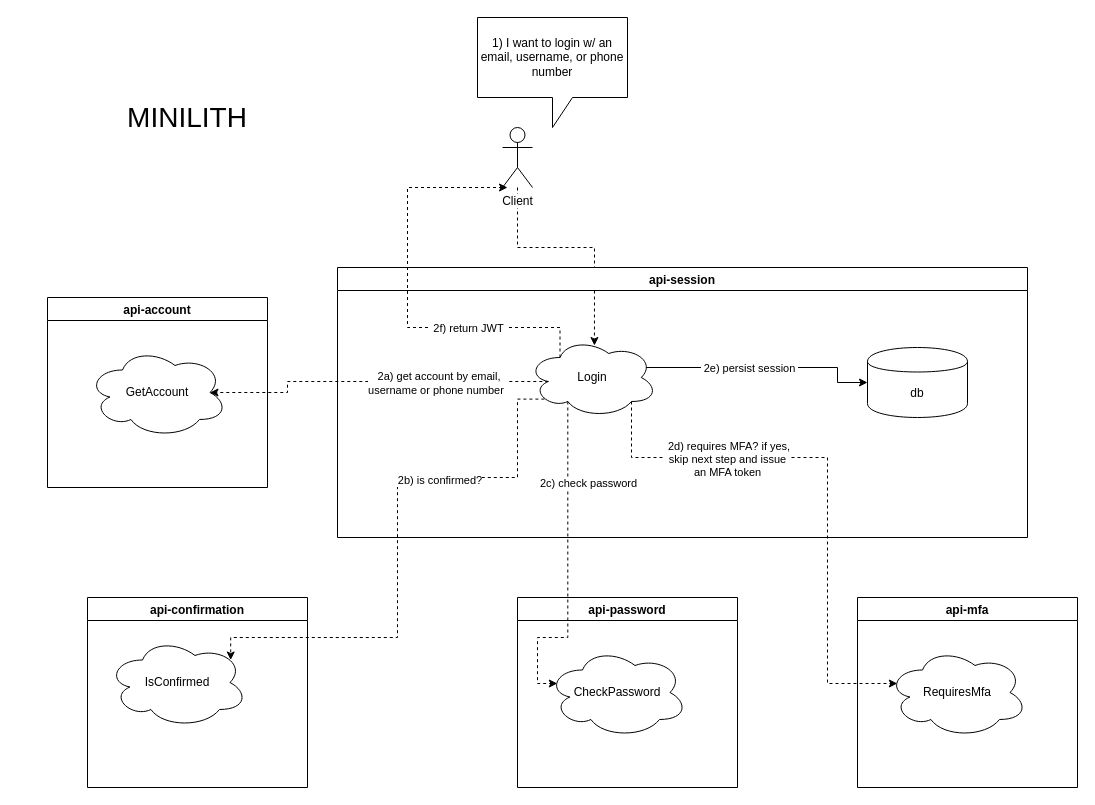
Before: page "login" (3 of 5) of architecture.drawio in AlpacaLabs/protorepo, a draw.io diagram. Source tidied: cells renumbered, new cells numbered last; positions are measured from the earlier drawing's top-left corner, leaving out a move shared by most shapes. Both pictures are drawn from the tidied source at 100%, with x=0, y=0 at pixel (47, 17).
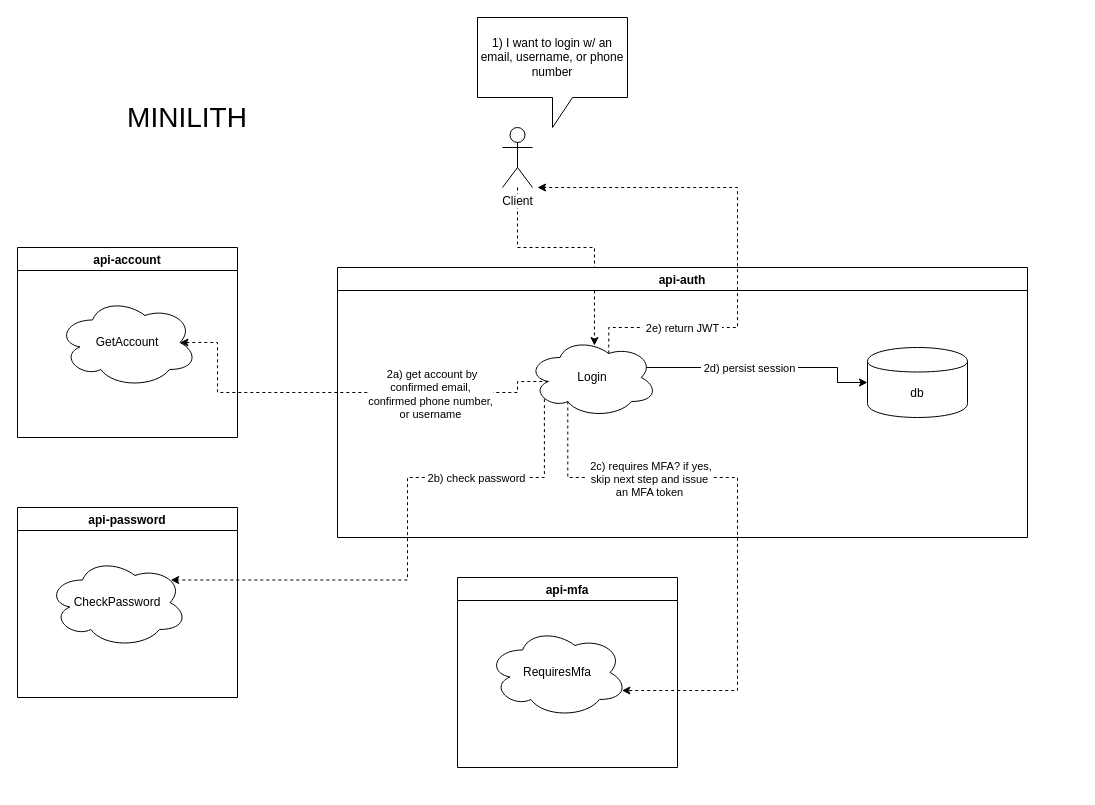
After the change.

The change refers to these unchanged cells:
```xml
<mxCell id="7" style="edgeStyle=orthogonalEdgeStyle;rounded=0;jettySize=auto;html=1;exitX=0.875;exitY=0.5;exitDx=0;exitDy=0;exitPerimeter=0;entryX=0;entryY=0.5;entryDx=0;entryDy=0;" parent="6" edge="1" source="9" target="10">
  <mxGeometry relative="1" as="geometry">
    <Array as="points">
      <mxPoint x="304" y="100" />
      <mxPoint x="500" y="100" />
      <mxPoint x="500" y="115" />
    </Array>
  </mxGeometry>
</mxCell>
<mxCell id="9" value="Login" style="ellipse;shape=cloud;whiteSpace=wrap;html=1;" parent="6" vertex="1">
  <mxGeometry x="190" y="70" width="130" height="80" as="geometry" />
</mxCell>
<mxCell id="13" value="GetAccount" style="ellipse;shape=cloud;whiteSpace=wrap;html=1;" parent="12" vertex="1">
  <mxGeometry x="40" y="50" width="140" height="90" as="geometry" />
</mxCell>
<mxCell id="19" value="CheckPassword" style="ellipse;shape=cloud;whiteSpace=wrap;html=1;" parent="18" vertex="1">
  <mxGeometry x="30" y="50" width="140" height="90" as="geometry" />
</mxCell>
<mxCell id="25" value="RequiresMfa" style="ellipse;shape=cloud;whiteSpace=wrap;html=1;" parent="24" vertex="1">
  <mxGeometry x="30" y="50" width="140" height="90" as="geometry" />
</mxCell>
```

What changed in the source:
```diff
@@
-    <mxCell id="4" value="api-confirmation" style="swimlane;" parent="1" vertex="1">
-      <mxGeometry x="40" y="580" width="220" height="190" as="geometry" />
-    </mxCell>
-    <mxCell id="5" value="IsConfirmed" style="ellipse;shape=cloud;whiteSpace=wrap;html=1;" parent="4" vertex="1">
-      <mxGeometry x="20" y="40" width="140" height="90" as="geometry" />
-    </mxCell>
-    <mxCell id="6" value="api-session" style="swimlane;rounded=0;" parent="1" vertex="1">
+    <mxCell id="6" value="api-auth" style="swimlane;rounded=0;" parent="1" vertex="1">
       <mxGeometry x="290" y="250" width="690" height="270" as="geometry" />
     </mxCell>
@@
-    <mxCell id="8" value="&amp;nbsp;2e) persist session&amp;nbsp;" style="edgeLabel;html=1;align=center;verticalAlign=middle;" parent="7" vertex="1">
+    <mxCell id="8" value="&amp;nbsp;2d) persist session&amp;nbsp;" style="edgeLabel;html=1;align=center;verticalAlign=middle;" parent="7" vertex="1">
       <mxGeometry x="-0.48" y="1" relative="1" as="geometry">
         <mxPoint x="53.2" y="1" as="offset" />
       </mxGeometry>
     </mxCell>
@@
     <mxCell id="12" value="api-account" style="swimlane;rounded=0;" parent="1" vertex="1">
-      <mxGeometry y="280" width="220" height="190" as="geometry" />
+      <mxGeometry x="-30" y="230" width="220" height="190" as="geometry" />
     </mxCell>
@@
     <mxCell id="14" style="edgeStyle=orthogonalEdgeStyle;rounded=0;jettySize=auto;html=1;exitX=0.16;exitY=0.55;exitDx=0;exitDy=0;exitPerimeter=0;entryX=0.875;entryY=0.5;entryDx=0;entryDy=0;entryPerimeter=0;dashed=1;" parent="1" edge="1" source="9" target="13">
       <mxGeometry relative="1" as="geometry">
         <Array as="points">
-          <mxPoint x="240" y="364" />
-          <mxPoint x="240" y="375" />
+          <mxPoint x="470" y="364" />
+          <mxPoint x="470" y="375" />
+          <mxPoint x="170" y="375" />
+          <mxPoint x="170" y="325" />
         </Array>
       </mxGeometry>
     </mxCell>
-    <mxCell id="15" value="&amp;nbsp;2a) get account by email, &lt;br&gt;username or phone number&amp;nbsp;" style="edgeLabel;html=1;align=center;verticalAlign=middle;" parent="14" vertex="1">
+    <mxCell id="15" value="&amp;nbsp;2a) get account by &lt;br&gt;confirmed email, &lt;br&gt;confirmed phone number,&lt;br&gt;or username" style="edgeLabel;html=1;align=center;verticalAlign=middle;" parent="14" vertex="1">
       <mxGeometry x="-0.55" y="-1" relative="1" as="geometry">
         <mxPoint x="-32.8" y="2" as="offset" />
       </mxGeometry>
     </mxCell>
-    <mxCell id="16" style="edgeStyle=orthogonalEdgeStyle;rounded=0;jettySize=auto;html=1;exitX=0.13;exitY=0.77;exitDx=0;exitDy=0;exitPerimeter=0;entryX=0.88;entryY=0.25;entryDx=0;entryDy=0;entryPerimeter=0;dashed=1;" parent="1" edge="1" source="9" target="5">
-      <mxGeometry relative="1" as="geometry">
-        <Array as="points">
-          <mxPoint x="470" y="382" />
-          <mxPoint x="470" y="460" />
-          <mxPoint x="350" y="460" />
-          <mxPoint x="350" y="620" />
-          <mxPoint x="183" y="620" />
-        </Array>
-      </mxGeometry>
-    </mxCell>
-    <mxCell id="17" value="&amp;nbsp;2b) is confirmed?" style="edgeLabel;html=1;align=center;verticalAlign=middle;" parent="16" vertex="1">
-      <mxGeometry x="-0.75" y="-3" relative="1" as="geometry">
-        <mxPoint x="-77" y="35.3" as="offset" />
-      </mxGeometry>
-    </mxCell>
     <mxCell id="18" value="api-password" style="swimlane;rounded=0;" parent="1" vertex="1">
-      <mxGeometry x="470" y="580" width="220" height="190" as="geometry" />
+      <mxGeometry x="-30" y="490" width="220" height="190" as="geometry" />
     </mxCell>
@@
-    <mxCell id="20" style="edgeStyle=orthogonalEdgeStyle;rounded=0;jettySize=auto;html=1;exitX=0.31;exitY=0.8;exitDx=0;exitDy=0;exitPerimeter=0;entryX=0.07;entryY=0.4;entryDx=0;entryDy=0;entryPerimeter=0;dashed=1;" parent="1" edge="1" source="9" target="19">
+    <mxCell id="20" style="edgeStyle=orthogonalEdgeStyle;rounded=0;jettySize=auto;html=1;exitX=0.13;exitY=0.77;exitDx=0;exitDy=0;exitPerimeter=0;entryX=0.88;entryY=0.25;entryDx=0;entryDy=0;entryPerimeter=0;dashed=1;" parent="1" edge="1" source="9" target="19">
       <mxGeometry relative="1" as="geometry">
         <Array as="points">
-          <mxPoint x="520" y="620" />
-          <mxPoint x="490" y="620" />
+          <mxPoint x="497" y="460" />
+          <mxPoint x="360" y="460" />
+          <mxPoint x="360" y="563" />
         </Array>
       </mxGeometry>
     </mxCell>
-    <mxCell id="21" value="&amp;nbsp;2c) check password&amp;nbsp;" style="edgeLabel;html=1;align=center;verticalAlign=middle;" parent="20" vertex="1">
+    <mxCell id="21" value="&amp;nbsp;2b) check password&amp;nbsp;" style="edgeLabel;html=1;align=center;verticalAlign=middle;" parent="20" vertex="1">
       <mxGeometry x="-0.51" relative="1" as="geometry">
-        <mxPoint x="20.5" as="offset" />
+        <mxPoint x="-10.3" as="offset" />
       </mxGeometry>
     </mxCell>
-    <mxCell id="22" style="edgeStyle=orthogonalEdgeStyle;rounded=0;jettySize=auto;html=1;exitX=0.25;exitY=0.25;exitDx=0;exitDy=0;exitPerimeter=0;dashed=1;" parent="1" edge="1" source="9">
+    <mxCell id="22" style="edgeStyle=orthogonalEdgeStyle;rounded=0;jettySize=auto;html=1;exitX=0.625;exitY=0.2;exitDx=0;exitDy=0;exitPerimeter=0;dashed=1;" parent="1" edge="1" source="9">
       <mxGeometry relative="1" as="geometry">
-        <mxPoint x="460" y="170" as="targetPoint" />
+        <mxPoint x="490" y="170" as="targetPoint" />
         <Array as="points">
-          <mxPoint x="513" y="310" />
-          <mxPoint x="360" y="310" />
-          <mxPoint x="360" y="170" />
+          <mxPoint x="561" y="310" />
+          <mxPoint x="690" y="310" />
+          <mxPoint x="690" y="170" />
         </Array>
       </mxGeometry>
     </mxCell>
-    <mxCell id="23" value="&amp;nbsp;2f) return JWT&amp;nbsp;" style="edgeLabel;html=1;align=center;verticalAlign=middle;" parent="22" vertex="1">
+    <mxCell id="23" value="&amp;nbsp;2e) return JWT&amp;nbsp;" style="edgeLabel;html=1;align=center;verticalAlign=middle;" parent="22" vertex="1">
       <mxGeometry x="-0.54" y="43" relative="1" as="geometry">
-        <mxPoint x="-25.5" y="-43" as="offset" />
+        <mxPoint x="-14.3" y="43" as="offset" />
       </mxGeometry>
     </mxCell>
     <mxCell id="24" value="api-mfa" style="swimlane;rounded=0;" parent="1" vertex="1">
-      <mxGeometry x="810" y="580" width="220" height="190" as="geometry" />
+      <mxGeometry x="410" y="560" width="220" height="190" as="geometry" />
     </mxCell>
@@
-    <mxCell id="27" style="edgeStyle=orthogonalEdgeStyle;rounded=0;jettySize=auto;html=1;exitX=0.8;exitY=0.8;exitDx=0;exitDy=0;exitPerimeter=0;entryX=0.07;entryY=0.4;entryDx=0;entryDy=0;entryPerimeter=0;dashed=1;" parent="1" edge="1" source="9" target="25">
+    <mxCell id="27" style="edgeStyle=orthogonalEdgeStyle;rounded=0;jettySize=auto;html=1;exitX=0.31;exitY=0.8;exitDx=0;exitDy=0;exitPerimeter=0;entryX=0.96;entryY=0.7;entryDx=0;entryDy=0;entryPerimeter=0;dashed=1;" parent="1" edge="1" source="9" target="25">
       <mxGeometry relative="1" as="geometry">
         <Array as="points">
-          <mxPoint x="584" y="440" />
-          <mxPoint x="780" y="440" />
-          <mxPoint x="780" y="666" />
+          <mxPoint x="520" y="460" />
+          <mxPoint x="690" y="460" />
+          <mxPoint x="690" y="673" />
         </Array>
       </mxGeometry>
     </mxCell>
-    <mxCell id="28" value="&amp;nbsp;2d) requires MFA? if yes,&lt;br&gt;skip next step and issue&lt;br&gt;an MFA token" style="edgeLabel;html=1;align=center;verticalAlign=middle;" parent="27" vertex="1">
+    <mxCell id="28" value="&amp;nbsp;2c) requires MFA? if yes,&lt;br&gt;skip next step and issue&lt;br&gt;an MFA token" style="edgeLabel;html=1;align=center;verticalAlign=middle;" parent="27" vertex="1">
       <mxGeometry x="-0.55" y="-1" relative="1" as="geometry">
         <mxPoint x="28.5" as="offset" />
       </mxGeometry>
     </mxCell>
```
